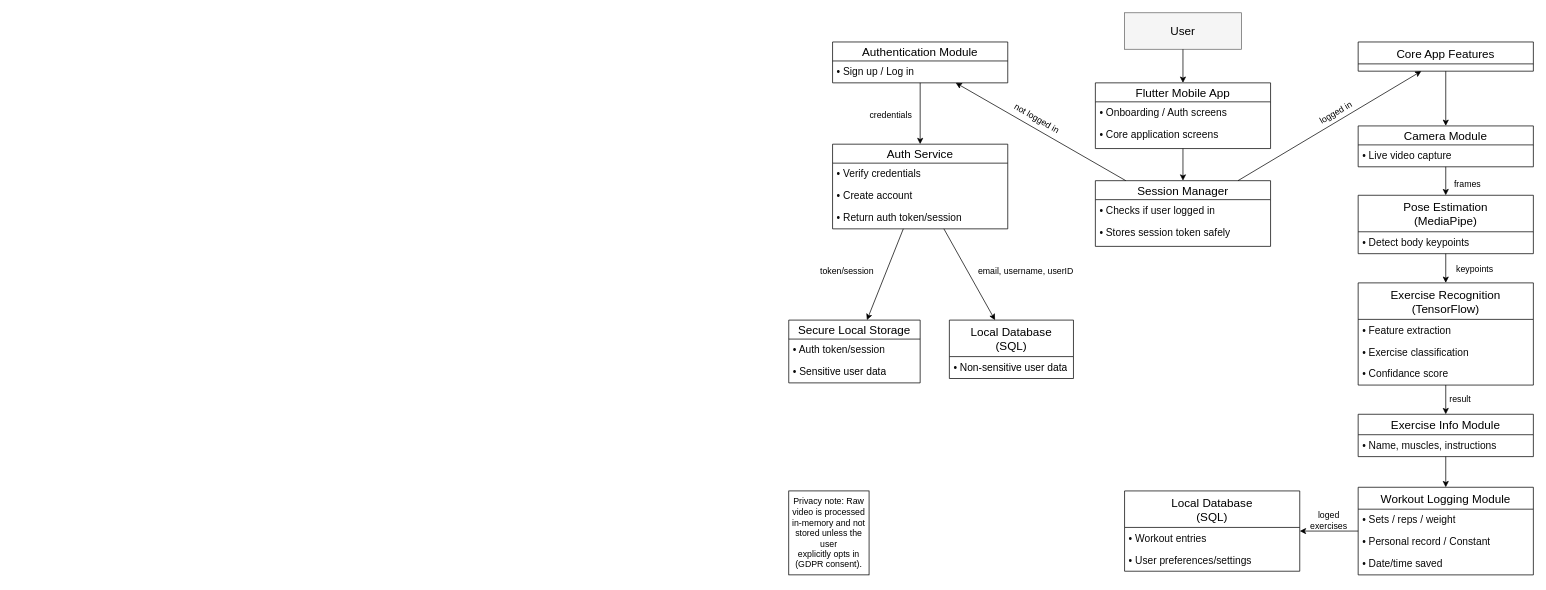
This is Documentation/Milestone 02 - Mid-Project Review/Diagrams/System Architecture Diagram.drawio from ArtemShkurat/FYP-PoseFit_AI, a draw.io file, before an edit. Source tidied: cells renumbered, new cells numbered last; positions are measured from the earlier drawing's top-left corner, leaving out a move shared by most shapes. Both pictures are drawn from the tidied source at 73%, with x=0, y=0 at pixel (788, 12).
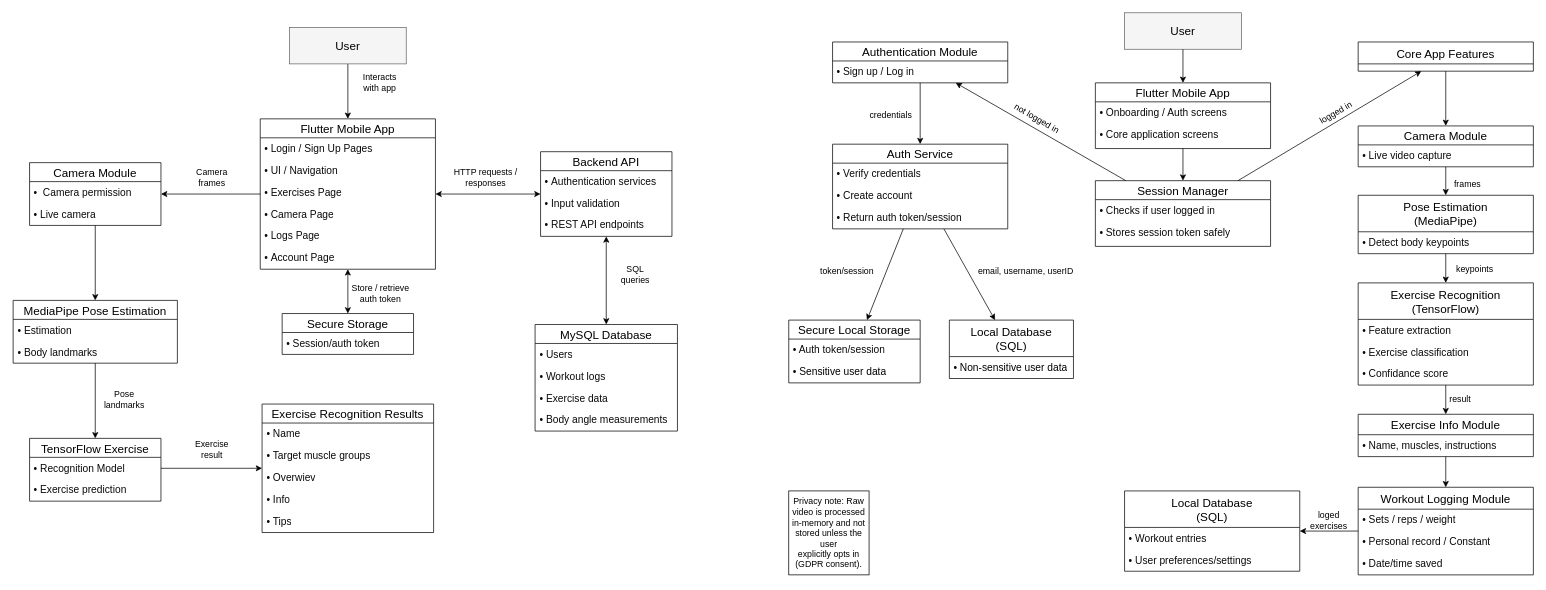
After the change.

What changed in the source:
```diff
@@
+    <mxCell id="61" style="edgeStyle=orthogonalEdgeStyle;rounded=0;jettySize=auto;html=1;" parent="1" edge="1" source="62" target="64">
+      <mxGeometry relative="1" as="geometry" />
+    </mxCell>
+    <mxCell id="62" value="&lt;span style=&quot;background-color: transparent; color: light-dark(rgb(0, 0, 0), rgb(255, 255, 255));&quot;&gt;&lt;font style=&quot;font-size: 16px;&quot;&gt;User&lt;/font&gt;&lt;/span&gt;" style="html=1;whiteSpace=wrap;fillColor=#f5f5f5;fontColor=#333333;strokeColor=#666666;" parent="1" vertex="1">
+      <mxGeometry x="-684" y="20" width="160" height="50" as="geometry" />
+    </mxCell>
+    <mxCell id="63" style="edgeStyle=orthogonalEdgeStyle;rounded=0;jettySize=auto;html=1;" parent="1" edge="1" source="64" target="82">
+      <mxGeometry relative="1" as="geometry" />
+    </mxCell>
+    <mxCell id="64" value="Flutter Mobile App" style="swimlane;fontStyle=0;horizontal=1;startSize=26;align=center;fontSize=16;" parent="1" vertex="1">
+      <mxGeometry x="-724" y="145.3" width="240" height="206" as="geometry" />
+    </mxCell>
+    <mxCell id="65" value="&lt;span style=&quot;color: rgb(10, 10, 10); font-family: &amp;quot;Google Sans&amp;quot;, Arial, sans-serif; font-size: 14px; background-color: rgb(255, 255, 255);&quot;&gt;•&amp;nbsp;Login / Sign Up Pages&lt;/span&gt;" style="text;strokeColor=none;fillColor=none;spacingLeft=4;spacingRight=4;overflow=hidden;fontSize=12;whiteSpace=wrap;html=1;" parent="64" vertex="1">
+      <mxGeometry y="26" width="240" height="30" as="geometry" />
+    </mxCell>
+    <mxCell id="66" value="&lt;span style=&quot;color: rgb(10, 10, 10); font-family: &amp;quot;Google Sans&amp;quot;, Arial, sans-serif; background-color: rgb(255, 255, 255);&quot;&gt;&lt;font style=&quot;font-size: 14px;&quot;&gt;•&amp;nbsp;UI / Navigation &lt;/font&gt;&lt;/span&gt;" style="text;strokeColor=none;fillColor=none;spacingLeft=4;spacingRight=4;overflow=hidden;fontSize=12;whiteSpace=wrap;html=1;" parent="64" vertex="1">
+      <mxGeometry y="56" width="240" height="30" as="geometry" />
+    </mxCell>
+    <mxCell id="67" value="&lt;span style=&quot;color: rgb(10, 10, 10); font-family: &amp;quot;Google Sans&amp;quot;, Arial, sans-serif; font-size: 14px; background-color: rgb(255, 255, 255);&quot;&gt;•&amp;nbsp;Exercises Page&lt;/span&gt;" style="text;strokeColor=none;fillColor=none;spacingLeft=4;spacingRight=4;overflow=hidden;fontSize=12;whiteSpace=wrap;html=1;" parent="64" vertex="1">
+      <mxGeometry y="86" width="240" height="30" as="geometry" />
+    </mxCell>
+    <mxCell id="68" value="&lt;span style=&quot;color: rgb(10, 10, 10); font-family: &amp;quot;Google Sans&amp;quot;, Arial, sans-serif; font-size: 14px; background-color: rgb(255, 255, 255);&quot;&gt;•&amp;nbsp;Camera Page&lt;/span&gt;" style="text;strokeColor=none;fillColor=none;spacingLeft=4;spacingRight=4;overflow=hidden;fontSize=12;whiteSpace=wrap;html=1;" parent="64" vertex="1">
+      <mxGeometry y="116" width="240" height="30" as="geometry" />
+    </mxCell>
+    <mxCell id="69" value="&lt;span style=&quot;color: rgb(10, 10, 10); font-family: &amp;quot;Google Sans&amp;quot;, Arial, sans-serif; font-size: 14px; background-color: rgb(255, 255, 255);&quot;&gt;•&amp;nbsp;Logs Page&lt;/span&gt;" style="text;strokeColor=none;fillColor=none;spacingLeft=4;spacingRight=4;overflow=hidden;fontSize=12;whiteSpace=wrap;html=1;" parent="64" vertex="1">
+      <mxGeometry y="146" width="240" height="30" as="geometry" />
+    </mxCell>
+    <mxCell id="70" value="&lt;span style=&quot;color: rgb(10, 10, 10); font-family: &amp;quot;Google Sans&amp;quot;, Arial, sans-serif; font-size: 14px; background-color: rgb(255, 255, 255);&quot;&gt;•&amp;nbsp;Account Page&lt;/span&gt;" style="text;strokeColor=none;fillColor=none;spacingLeft=4;spacingRight=4;overflow=hidden;fontSize=12;whiteSpace=wrap;html=1;" parent="64" vertex="1">
+      <mxGeometry y="176" width="240" height="30" as="geometry" />
+    </mxCell>
+    <mxCell id="71" style="edgeStyle=orthogonalEdgeStyle;rounded=0;jettySize=auto;html=1;startArrow=classic;startFill=1;" parent="1" edge="1" source="72" target="76">
+      <mxGeometry relative="1" as="geometry" />
+    </mxCell>
+    <mxCell id="72" value="Backend API" style="swimlane;fontStyle=0;horizontal=1;startSize=26;align=center;fontSize=16;" parent="1" vertex="1">
+      <mxGeometry x="-340" y="190.3" width="180" height="116" as="geometry" />
+    </mxCell>
+    <mxCell id="73" value="&lt;span style=&quot;color: rgb(10, 10, 10); font-family: &amp;quot;Google Sans&amp;quot;, Arial, sans-serif; background-color: rgb(255, 255, 255);&quot;&gt;&lt;font style=&quot;font-size: 14px;&quot;&gt;•&amp;nbsp;Authentication services&lt;/font&gt;&lt;/span&gt;" style="text;strokeColor=none;fillColor=none;spacingLeft=4;spacingRight=4;overflow=hidden;fontSize=12;whiteSpace=wrap;html=1;" parent="72" vertex="1">
+      <mxGeometry y="26" width="180" height="30" as="geometry" />
+    </mxCell>
+    <mxCell id="74" value="&lt;span style=&quot;color: rgb(10, 10, 10); font-family: &amp;quot;Google Sans&amp;quot;, Arial, sans-serif; font-size: 14px; background-color: rgb(255, 255, 255);&quot;&gt;•&amp;nbsp;Input validation&lt;/span&gt;" style="text;strokeColor=none;fillColor=none;spacingLeft=4;spacingRight=4;overflow=hidden;fontSize=12;whiteSpace=wrap;html=1;" parent="72" vertex="1">
+      <mxGeometry y="56" width="180" height="30" as="geometry" />
+    </mxCell>
+    <mxCell id="75" value="&lt;span style=&quot;color: rgb(10, 10, 10); font-family: &amp;quot;Google Sans&amp;quot;, Arial, sans-serif; font-size: 14px; background-color: rgb(255, 255, 255);&quot;&gt;•&amp;nbsp;REST API endpoints&lt;/span&gt;" style="text;strokeColor=none;fillColor=none;spacingLeft=4;spacingRight=4;overflow=hidden;fontSize=12;whiteSpace=wrap;html=1;" parent="72" vertex="1">
+      <mxGeometry y="86" width="180" height="30" as="geometry" />
+    </mxCell>
+    <mxCell id="76" value="MySQL Database" style="swimlane;fontStyle=0;horizontal=1;startSize=26;align=center;fontSize=16;" parent="1" vertex="1">
+      <mxGeometry x="-347.5" y="427" width="195" height="146" as="geometry" />
+    </mxCell>
+    <mxCell id="77" value="&lt;span style=&quot;color: rgb(10, 10, 10); font-family: &amp;quot;Google Sans&amp;quot;, Arial, sans-serif; background-color: rgb(255, 255, 255);&quot;&gt;&lt;font style=&quot;font-size: 14px;&quot;&gt;•&amp;nbsp;Users&lt;/font&gt;&lt;/span&gt;" style="text;strokeColor=none;fillColor=none;spacingLeft=4;spacingRight=4;overflow=hidden;fontSize=12;whiteSpace=wrap;html=1;" parent="76" vertex="1">
+      <mxGeometry y="26" width="195" height="30" as="geometry" />
+    </mxCell>
+    <mxCell id="78" value="&lt;span style=&quot;color: rgb(10, 10, 10); font-family: &amp;quot;Google Sans&amp;quot;, Arial, sans-serif; font-size: 14px; background-color: rgb(255, 255, 255);&quot;&gt;•&amp;nbsp;Workout logs&lt;/span&gt;" style="text;strokeColor=none;fillColor=none;spacingLeft=4;spacingRight=4;overflow=hidden;fontSize=12;whiteSpace=wrap;html=1;" parent="76" vertex="1">
+      <mxGeometry y="56" width="195" height="30" as="geometry" />
+    </mxCell>
+    <mxCell id="79" value="&lt;span style=&quot;color: rgb(10, 10, 10); font-family: &amp;quot;Google Sans&amp;quot;, Arial, sans-serif; font-size: 14px; background-color: rgb(255, 255, 255);&quot;&gt;•&amp;nbsp;Exercise data&lt;/span&gt;" style="text;strokeColor=none;fillColor=none;spacingLeft=4;spacingRight=4;overflow=hidden;fontSize=12;whiteSpace=wrap;html=1;" parent="76" vertex="1">
+      <mxGeometry y="86" width="195" height="30" as="geometry" />
+    </mxCell>
+    <mxCell id="80" value="&lt;span style=&quot;color: rgb(10, 10, 10); font-family: &amp;quot;Google Sans&amp;quot;, Arial, sans-serif; font-size: 14px; background-color: rgb(255, 255, 255);&quot;&gt;•&amp;nbsp;Body angle measurements&lt;/span&gt;" style="text;strokeColor=none;fillColor=none;spacingLeft=4;spacingRight=4;overflow=hidden;fontSize=12;whiteSpace=wrap;html=1;" parent="76" vertex="1">
+      <mxGeometry y="116" width="195" height="30" as="geometry" />
+    </mxCell>
+    <mxCell id="81" style="edgeStyle=orthogonalEdgeStyle;rounded=0;jettySize=auto;html=1;" parent="1" edge="1" source="82" target="95">
+      <mxGeometry relative="1" as="geometry" />
+    </mxCell>
+    <mxCell id="82" value="Camera Module" style="swimlane;fontStyle=0;horizontal=1;startSize=26;align=center;fontSize=16;" parent="1" vertex="1">
+      <mxGeometry x="-1040" y="205.3" width="180" height="86" as="geometry" />
+    </mxCell>
+    <mxCell id="83" value="&lt;span style=&quot;color: rgb(10, 10, 10); font-family: &amp;quot;Google Sans&amp;quot;, Arial, sans-serif; background-color: rgb(255, 255, 255);&quot;&gt;&lt;font style=&quot;font-size: 14px;&quot;&gt;•&amp;nbsp; Camera permission&lt;/font&gt;&lt;/span&gt;" style="text;strokeColor=none;fillColor=none;spacingLeft=4;spacingRight=4;overflow=hidden;fontSize=12;whiteSpace=wrap;html=1;" parent="82" vertex="1">
+      <mxGeometry y="26" width="180" height="30" as="geometry" />
+    </mxCell>
+    <mxCell id="84" value="&lt;span style=&quot;color: rgb(10, 10, 10); font-family: &amp;quot;Google Sans&amp;quot;, Arial, sans-serif; font-size: 14px; background-color: rgb(255, 255, 255);&quot;&gt;• Live camera&lt;/span&gt;" style="text;strokeColor=none;fillColor=none;spacingLeft=4;spacingRight=4;overflow=hidden;fontSize=12;whiteSpace=wrap;html=1;" parent="82" vertex="1">
+      <mxGeometry y="56" width="180" height="30" as="geometry" />
+    </mxCell>
+    <mxCell id="85" value="TensorFlow Exercise" style="swimlane;fontStyle=0;horizontal=1;startSize=26;align=center;fontSize=16;" parent="1" vertex="1">
+      <mxGeometry x="-1040" y="583" width="180" height="86" as="geometry" />
+    </mxCell>
+    <mxCell id="86" value="&lt;span style=&quot;color: rgb(10, 10, 10); font-family: &amp;quot;Google Sans&amp;quot;, Arial, sans-serif; background-color: rgb(255, 255, 255);&quot;&gt;&lt;font style=&quot;font-size: 14px;&quot;&gt;•&amp;nbsp;Recognition Model&lt;/font&gt;&lt;/span&gt;" style="text;strokeColor=none;fillColor=none;spacingLeft=4;spacingRight=4;overflow=hidden;points=[[0,0.5],[1,0.5]];portConstraint=eastwest;fontSize=12;whiteSpace=wrap;html=1;" parent="85" vertex="1">
+      <mxGeometry y="26" width="180" height="30" as="geometry" />
+    </mxCell>
+    <mxCell id="87" value="&lt;span style=&quot;color: rgb(10, 10, 10); font-family: &amp;quot;Google Sans&amp;quot;, Arial, sans-serif; font-size: 14px; background-color: rgb(255, 255, 255);&quot;&gt;•&amp;nbsp;Exercise prediction&lt;/span&gt;" style="text;strokeColor=none;fillColor=none;spacingLeft=4;spacingRight=4;overflow=hidden;fontSize=12;whiteSpace=wrap;html=1;" parent="85" vertex="1">
+      <mxGeometry y="56" width="180" height="30" as="geometry" />
+    </mxCell>
+    <mxCell id="88" value="Exercise Recognition Results" style="swimlane;fontStyle=0;horizontal=1;startSize=26;align=center;fontSize=16;" parent="1" vertex="1">
+      <mxGeometry x="-721.5" y="536" width="235" height="176" as="geometry" />
+    </mxCell>
+    <mxCell id="89" value="&lt;span style=&quot;color: rgb(10, 10, 10); font-family: &amp;quot;Google Sans&amp;quot;, Arial, sans-serif; background-color: rgb(255, 255, 255);&quot;&gt;&lt;font style=&quot;font-size: 14px;&quot;&gt;•&amp;nbsp;Name&lt;/font&gt;&lt;/span&gt;" style="text;strokeColor=none;fillColor=none;spacingLeft=4;spacingRight=4;overflow=hidden;fontSize=12;whiteSpace=wrap;html=1;" parent="88" vertex="1">
+      <mxGeometry y="26" width="235" height="30" as="geometry" />
+    </mxCell>
+    <mxCell id="90" value="&lt;span style=&quot;color: rgb(10, 10, 10); font-family: &amp;quot;Google Sans&amp;quot;, Arial, sans-serif; font-size: 14px; background-color: rgb(255, 255, 255);&quot;&gt;• Target&amp;nbsp;muscle groups&lt;/span&gt;" style="text;strokeColor=none;fillColor=none;spacingLeft=4;spacingRight=4;overflow=hidden;fontSize=12;whiteSpace=wrap;html=1;" parent="88" vertex="1">
+      <mxGeometry y="56" width="235" height="30" as="geometry" />
+    </mxCell>
+    <mxCell id="91" value="&lt;span style=&quot;color: rgb(10, 10, 10); font-family: &amp;quot;Google Sans&amp;quot;, Arial, sans-serif; font-size: 14px; background-color: rgb(255, 255, 255);&quot;&gt;• Overwiev&lt;/span&gt;" style="text;strokeColor=none;fillColor=none;spacingLeft=4;spacingRight=4;overflow=hidden;fontSize=12;whiteSpace=wrap;html=1;" parent="88" vertex="1">
+      <mxGeometry y="86" width="235" height="30" as="geometry" />
+    </mxCell>
+    <mxCell id="92" value="&lt;span style=&quot;color: rgb(10, 10, 10); font-family: &amp;quot;Google Sans&amp;quot;, Arial, sans-serif; font-size: 14px; background-color: rgb(255, 255, 255);&quot;&gt;• Info&lt;/span&gt;" style="text;strokeColor=none;fillColor=none;spacingLeft=4;spacingRight=4;overflow=hidden;fontSize=12;whiteSpace=wrap;html=1;" parent="88" vertex="1">
+      <mxGeometry y="116" width="235" height="30" as="geometry" />
+    </mxCell>
+    <mxCell id="93" value="&lt;span style=&quot;color: rgb(10, 10, 10); font-family: &amp;quot;Google Sans&amp;quot;, Arial, sans-serif; font-size: 14px; background-color: rgb(255, 255, 255);&quot;&gt;• Tips&lt;/span&gt;" style="text;strokeColor=none;fillColor=none;spacingLeft=4;spacingRight=4;overflow=hidden;fontSize=12;whiteSpace=wrap;html=1;" parent="88" vertex="1">
+      <mxGeometry y="146" width="235" height="30" as="geometry" />
+    </mxCell>
+    <mxCell id="94" style="edgeStyle=orthogonalEdgeStyle;rounded=0;jettySize=auto;html=1;" parent="1" edge="1" source="95" target="85">
+      <mxGeometry relative="1" as="geometry" />
+    </mxCell>
+    <mxCell id="95" value="MediaPipe Pose Estimation" style="swimlane;fontStyle=0;horizontal=1;startSize=26;align=center;fontSize=16;" parent="1" vertex="1">
+      <mxGeometry x="-1062.5" y="394" width="225" height="86" as="geometry" />
+    </mxCell>
+    <mxCell id="96" value="&lt;span style=&quot;color: rgb(10, 10, 10); font-family: &amp;quot;Google Sans&amp;quot;, Arial, sans-serif; background-color: rgb(255, 255, 255);&quot;&gt;&lt;font style=&quot;font-size: 14px;&quot;&gt;•&amp;nbsp;Estimation&lt;/font&gt;&lt;/span&gt;" style="text;strokeColor=none;fillColor=none;spacingLeft=4;spacingRight=4;overflow=hidden;fontSize=12;whiteSpace=wrap;html=1;" parent="95" vertex="1">
+      <mxGeometry y="26" width="225" height="30" as="geometry" />
+    </mxCell>
+    <mxCell id="97" value="&lt;span style=&quot;color: rgb(10, 10, 10); font-family: &amp;quot;Google Sans&amp;quot;, Arial, sans-serif; font-size: 14px; background-color: rgb(255, 255, 255);&quot;&gt;•&amp;nbsp;Body landmarks&lt;/span&gt;" style="text;strokeColor=none;fillColor=none;spacingLeft=4;spacingRight=4;overflow=hidden;fontSize=12;whiteSpace=wrap;html=1;" parent="95" vertex="1">
+      <mxGeometry y="56" width="225" height="30" as="geometry" />
+    </mxCell>
+    <mxCell id="98" style="edgeStyle=orthogonalEdgeStyle;rounded=0;jettySize=auto;html=1;" parent="1" edge="1" source="86" target="88">
+      <mxGeometry relative="1" as="geometry" />
+    </mxCell>
+    <mxCell id="99" value="Interacts with app" style="text;html=1;whiteSpace=wrap;strokeColor=none;fillColor=none;align=center;verticalAlign=middle;rounded=0;" parent="1" vertex="1">
+      <mxGeometry x="-590" y="80" width="60" height="30" as="geometry" />
+    </mxCell>
+    <mxCell id="100" value="HTTP requests / responses" style="text;html=1;whiteSpace=wrap;strokeColor=none;fillColor=none;align=center;verticalAlign=middle;rounded=0;" parent="1" vertex="1">
+      <mxGeometry x="-460" y="211" width="90" height="30" as="geometry" />
+    </mxCell>
+    <mxCell id="101" value="SQL queries" style="text;html=1;whiteSpace=wrap;strokeColor=none;fillColor=none;align=center;verticalAlign=middle;rounded=0;" parent="1" vertex="1">
+      <mxGeometry x="-240" y="344" width="60" height="30" as="geometry" />
+    </mxCell>
+    <mxCell id="102" value="Camera frames" style="text;html=1;whiteSpace=wrap;strokeColor=none;fillColor=none;align=center;verticalAlign=middle;rounded=0;" parent="1" vertex="1">
+      <mxGeometry x="-820" y="211" width="60" height="30" as="geometry" />
+    </mxCell>
+    <mxCell id="103" value="Pose landmarks" style="text;html=1;whiteSpace=wrap;strokeColor=none;fillColor=none;align=center;verticalAlign=middle;rounded=0;" parent="1" vertex="1">
+      <mxGeometry x="-940" y="515" width="60" height="30" as="geometry" />
+    </mxCell>
+    <mxCell id="104" value="Exercise result" style="text;html=1;whiteSpace=wrap;strokeColor=none;fillColor=none;align=center;verticalAlign=middle;rounded=0;" parent="1" vertex="1">
+      <mxGeometry x="-820" y="583" width="60" height="30" as="geometry" />
+    </mxCell>
+    <mxCell id="105" value="Secure Storage" style="swimlane;fontStyle=0;horizontal=1;startSize=26;align=center;fontSize=16;" parent="1" vertex="1">
+      <mxGeometry x="-694" y="412" width="180" height="56" as="geometry" />
+    </mxCell>
+    <mxCell id="106" value="&lt;span style=&quot;color: rgb(10, 10, 10); font-family: &amp;quot;Google Sans&amp;quot;, Arial, sans-serif; background-color: rgb(255, 255, 255);&quot;&gt;&lt;font style=&quot;font-size: 14px;&quot;&gt;•&amp;nbsp;Session/auth token&lt;/font&gt;&lt;/span&gt;" style="text;strokeColor=none;fillColor=none;spacingLeft=4;spacingRight=4;overflow=hidden;fontSize=12;whiteSpace=wrap;html=1;" parent="105" vertex="1">
+      <mxGeometry y="26" width="180" height="30" as="geometry" />
+    </mxCell>
+    <mxCell id="107" value="Store / retrieve auth token" style="text;html=1;whiteSpace=wrap;strokeColor=none;fillColor=none;align=center;verticalAlign=middle;rounded=0;" parent="1" vertex="1">
+      <mxGeometry x="-604" y="370" width="90" height="30" as="geometry" />
+    </mxCell>
+    <mxCell id="108" style="endArrow=classic;startArrow=classic;html=1;rounded=0;" parent="1" edge="1" source="105" target="64">
+      <mxGeometry relative="1" as="geometry" />
+    </mxCell>
+    <mxCell id="109" style="endArrow=classic;startArrow=classic;html=1;rounded=0;" parent="1" edge="1" source="64" target="72">
+      <mxGeometry relative="1" as="geometry" />
+    </mxCell>
```
